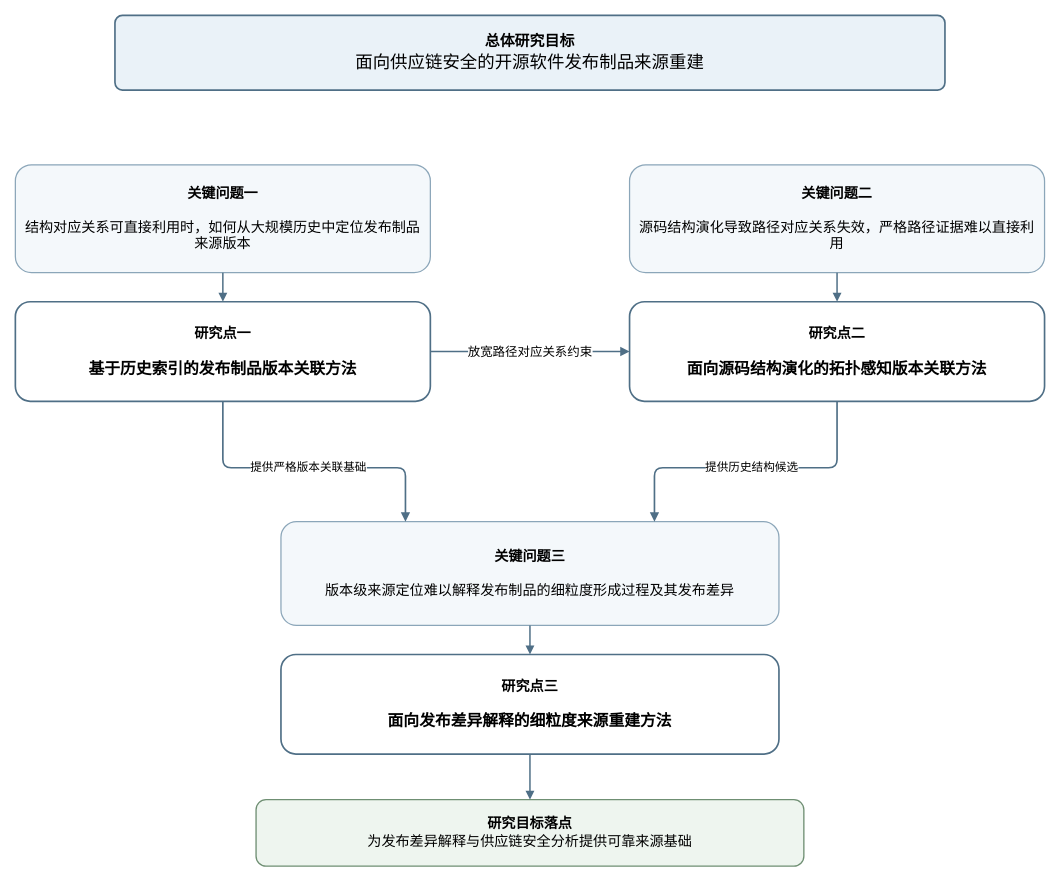
npc1054657282/diagram keeps this draw.io diagram as VCAligner_research_framework.drawio. Above is the earlier version. Source tidied: cells renumbered, new cells numbered last; positions are measured from the earlier drawing's top-left corner, leaving out a move shared by most shapes. Both pictures are drawn from the tidied source at 83%, with x=0, y=0 at pixel (15, 15).
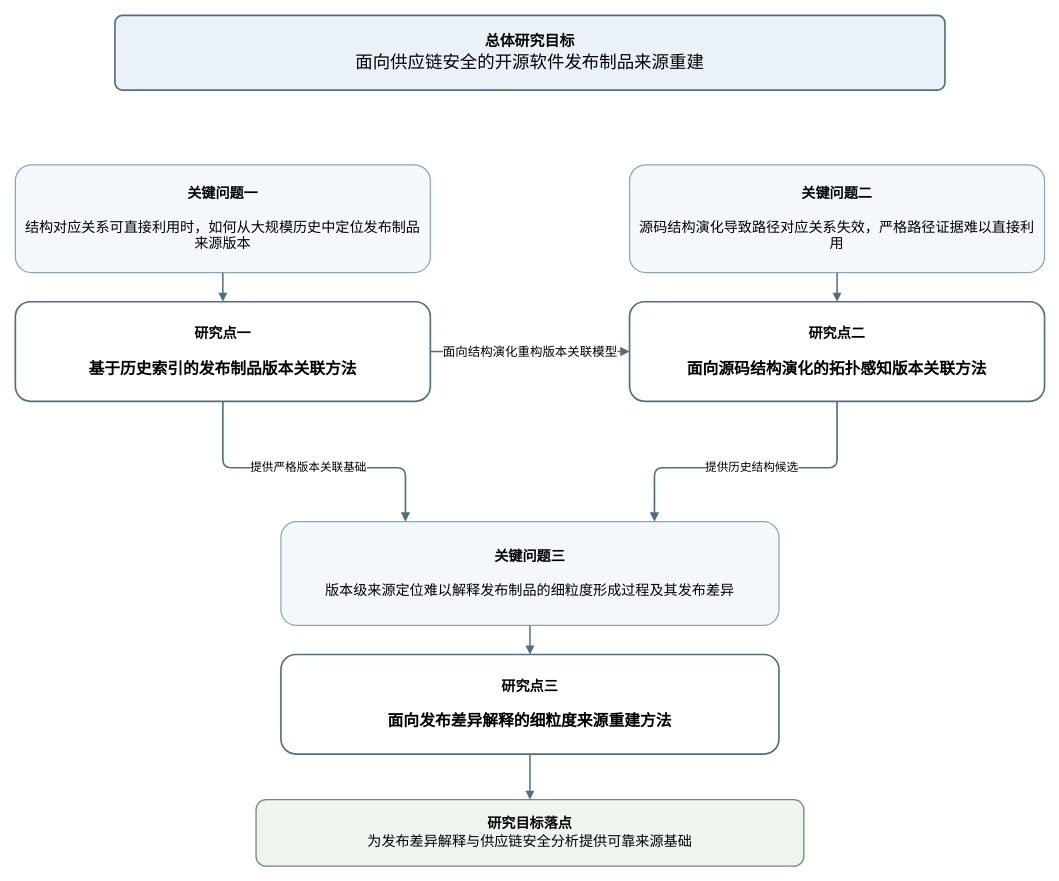
After the change.

The change refers to these unchanged cells:
```xml
<mxCell id="4" value="&lt;b&gt;研究点一&lt;/b&gt;&lt;br&gt;&lt;br&gt;&lt;font style=&quot;font-size:19px&quot;&gt;&lt;b&gt;基于历史索引的发布制品版本关联方法&lt;/b&gt;&lt;/font&gt;" style="rounded=1;whiteSpace=wrap;html=1;fillColor=#ffffff;strokeColor=#4f6f86;strokeWidth=2;fontSize=17;align=center;verticalAlign=middle;spacing=10;" parent="1" vertex="1">
  <mxGeometry y="345" width="500" height="120" as="geometry" />
</mxCell>
<mxCell id="6" value="&lt;b&gt;研究点二&lt;/b&gt;&lt;br&gt;&lt;br&gt;&lt;font style=&quot;font-size:19px&quot;&gt;&lt;b&gt;面向源码结构演化的拓扑感知版本关联方法&lt;/b&gt;&lt;/font&gt;" style="rounded=1;whiteSpace=wrap;html=1;fillColor=#ffffff;strokeColor=#4f6f86;strokeWidth=2;fontSize=17;align=center;verticalAlign=middle;spacing=10;" parent="1" vertex="1">
  <mxGeometry x="740" y="345" width="500" height="120" as="geometry" />
</mxCell>
```

The edit, as a diff of the source:
```diff
@@
-    <mxCell id="9" value="放宽路径对应关系约束" style="edgeStyle=orthogonalEdgeStyle;rounded=0;html=1;endArrow=block;endFill=1;strokeColor=#4f6f86;strokeWidth=2;fontSize=15;labelBackgroundColor=#ffffff;" parent="1" edge="1" source="4" target="6">
+    <mxCell id="9" value="面向结构演化重构版本关联模型" style="edgeStyle=orthogonalEdgeStyle;rounded=0;html=1;endArrow=block;endFill=1;strokeColor=#4f6f86;strokeWidth=2;fontSize=15;labelBackgroundColor=#ffffff;" parent="1" edge="1" source="4" target="6">
       <mxGeometry relative="1" as="geometry" />
     </mxCell>
```
